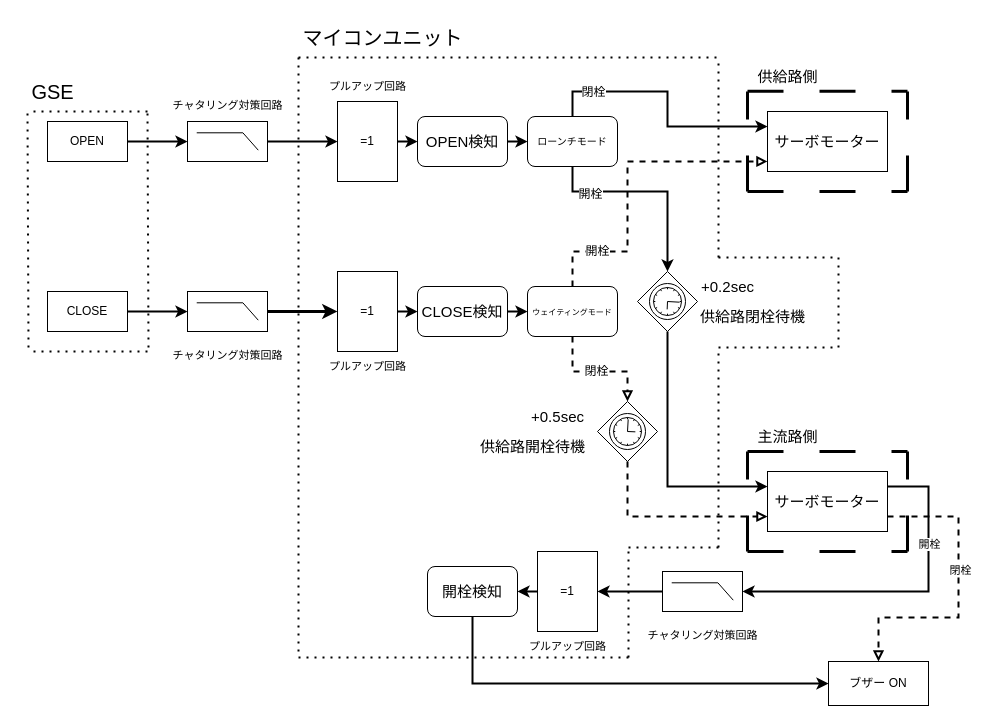
Earlier version of the draw.io diagram Documents/Materials/images/Logics/ValveControlLogic.drawio (tokai-student-rocket-project/H-58-Avionics). Source tidied: cells renumbered, new cells numbered last; positions are measured from the earlier drawing's top-left corner, leaving out a move shared by most shapes. Both pictures are drawn from the tidied source at 100%, with x=0, y=0 at pixel (17, 17).
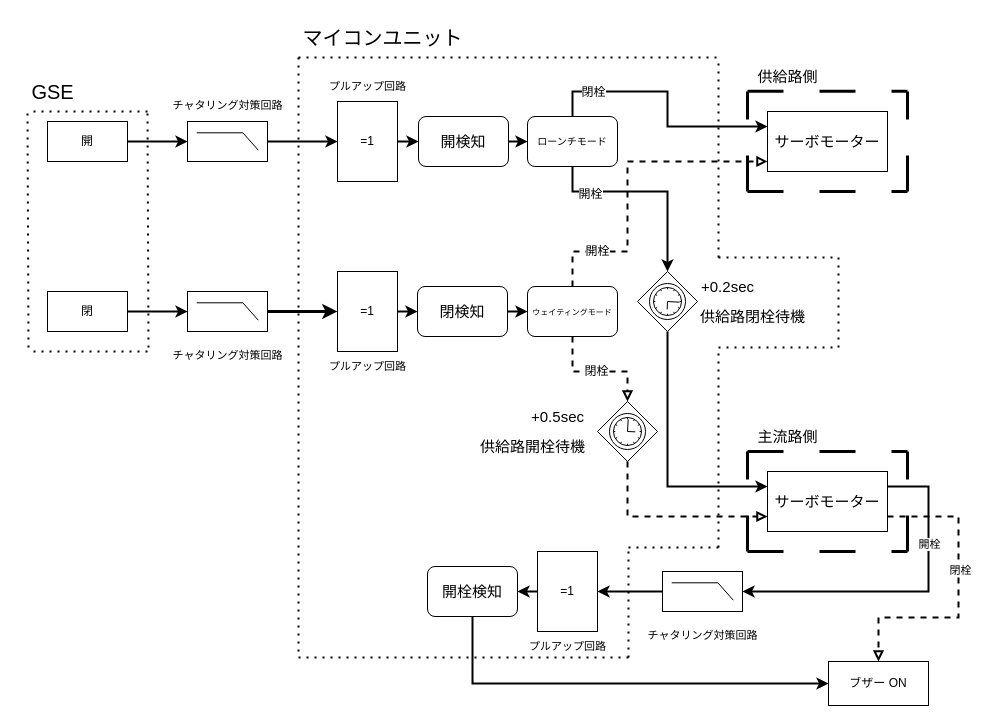
Above is the later version.

Change to the diagram source:
```diff
@@
-    <mxCell id="16" value="&lt;font style=&quot;font-size: 15px;&quot;&gt;OPEN検知&lt;/font&gt;" style="rounded=1;whiteSpace=wrap;html=1;fontSize=11;" parent="1" vertex="1">
-      <mxGeometry x="400" y="99" width="90" height="50" as="geometry" />
+    <mxCell id="16" value="&lt;font style=&quot;font-size: 15px;&quot;&gt;開検知&lt;/font&gt;" style="rounded=1;whiteSpace=wrap;html=1;fontSize=11;" parent="1" vertex="1">
+      <mxGeometry x="401" y="99" width="90" height="50" as="geometry" />
     </mxCell>
@@
-    <mxCell id="18" value="OPEN" style="whiteSpace=wrap;html=1;" parent="1" vertex="1">
+    <mxCell id="18" value="開" style="whiteSpace=wrap;html=1;" parent="1" vertex="1">
       <mxGeometry x="30" y="104" width="80" height="40" as="geometry" />
     </mxCell>
-    <mxCell id="19" value="CLOSE" style="whiteSpace=wrap;html=1;" parent="1" vertex="1">
+    <mxCell id="19" value="閉" style="whiteSpace=wrap;html=1;" parent="1" vertex="1">
       <mxGeometry x="30" y="274" width="80" height="40" as="geometry" />
     </mxCell>
@@
-    <mxCell id="30" value="&lt;font style=&quot;font-size: 15px;&quot;&gt;CLOSE検知&lt;/font&gt;" style="rounded=1;whiteSpace=wrap;html=1;fontSize=11;" parent="1" vertex="1">
+    <mxCell id="30" value="&lt;font style=&quot;font-size: 15px;&quot;&gt;閉検知&lt;/font&gt;" style="rounded=1;whiteSpace=wrap;html=1;fontSize=11;" parent="1" vertex="1">
       <mxGeometry x="400" y="269" width="90" height="50" as="geometry" />
     </mxCell>
```
